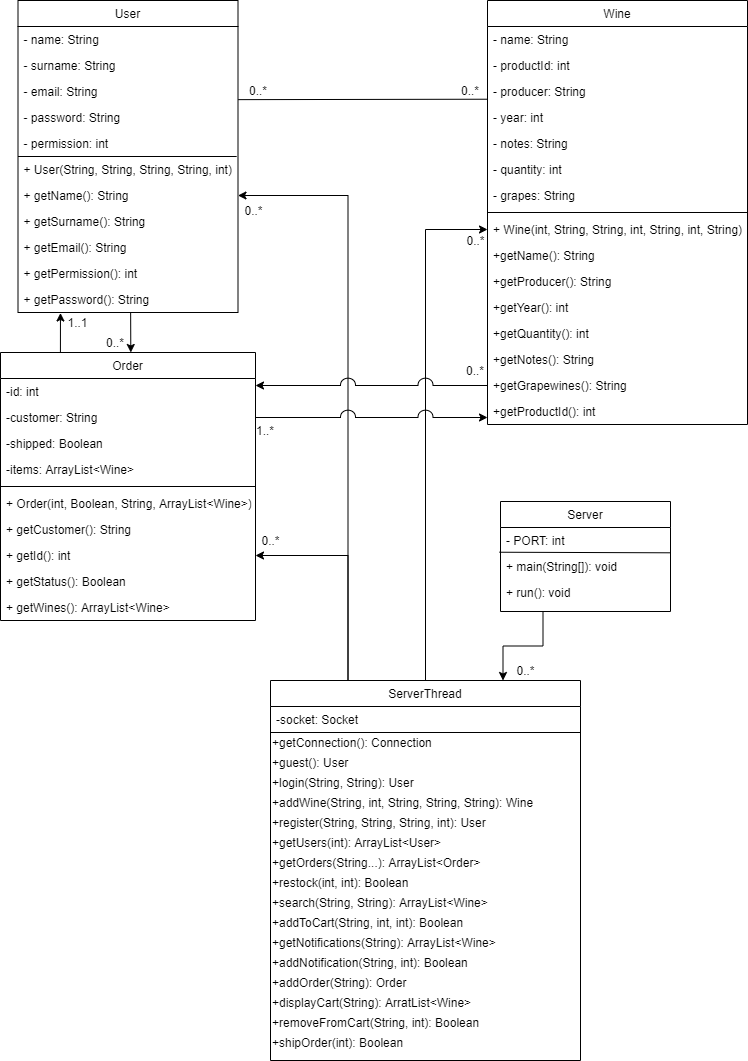
This is UML/ClassDiagram.png from Sclafus/Ecommerce-Server, a draw.io export, as it was before one commit. Source tidied: cells renumbered, new cells last; positions are measured from the earlier drawing's top-left corner, leaving out a move shared by most shapes.
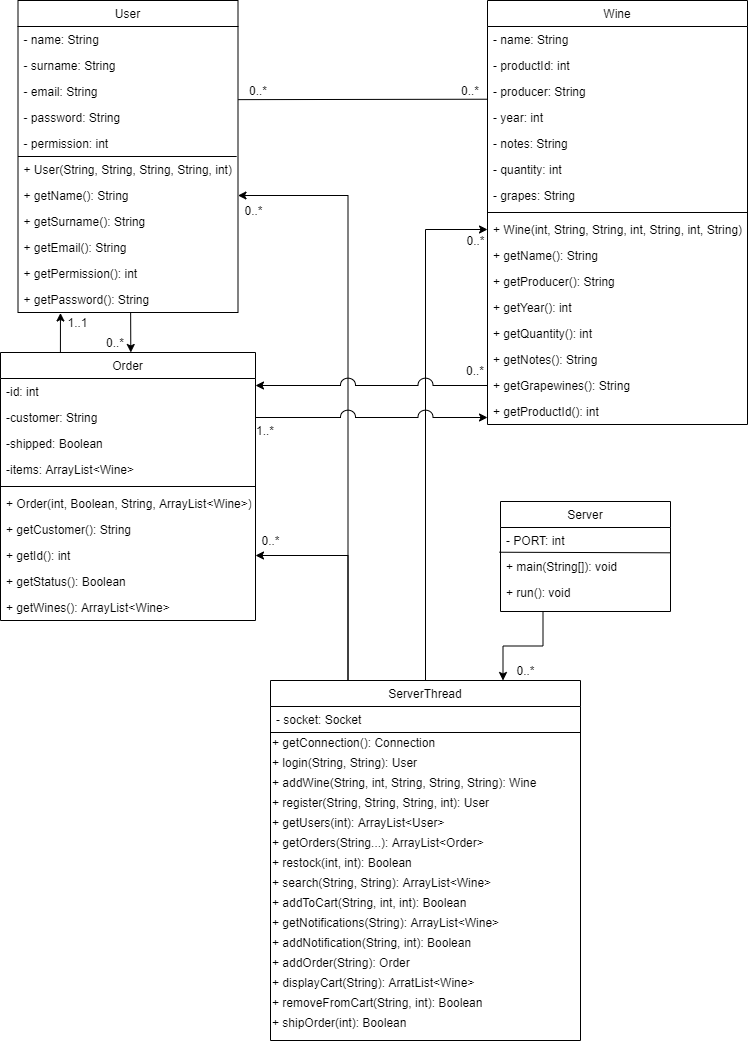
After the change.

What changed in the source:
```diff
@@ -65,25 +65,25 @@
     <mxCell id="22" value="+ Wine(int, String, String, int, String, int, String)" style="text;align=left;verticalAlign=top;spacingLeft=4;spacingRight=4;overflow=hidden;points=[[0,0.5],[1,0.5]];portConstraint=eastwest;rounded=0;shadow=0;html=0;" parent="13" vertex="1">
       <mxGeometry y="216" width="260" height="26" as="geometry" />
     </mxCell>
-    <mxCell id="23" value="+getName(): String" style="text;align=left;verticalAlign=top;spacingLeft=4;spacingRight=4;overflow=hidden;rounded=0;shadow=0;html=0;" parent="13" vertex="1">
+    <mxCell id="23" value="+ getName(): String" style="text;align=left;verticalAlign=top;spacingLeft=4;spacingRight=4;overflow=hidden;rounded=0;shadow=0;html=0;" parent="13" vertex="1">
       <mxGeometry y="242" width="260" height="26" as="geometry" />
     </mxCell>
-    <mxCell id="24" value="+getProducer(): String" style="text;align=left;verticalAlign=top;spacingLeft=4;spacingRight=4;overflow=hidden;rounded=0;shadow=0;html=0;" parent="13" vertex="1">
+    <mxCell id="24" value="+ getProducer(): String" style="text;align=left;verticalAlign=top;spacingLeft=4;spacingRight=4;overflow=hidden;rounded=0;shadow=0;html=0;" parent="13" vertex="1">
       <mxGeometry y="268" width="260" height="26" as="geometry" />
     </mxCell>
-    <mxCell id="25" value="+getYear(): int" style="text;align=left;verticalAlign=top;spacingLeft=4;spacingRight=4;overflow=hidden;rounded=0;shadow=0;html=0;" parent="13" vertex="1">
+    <mxCell id="25" value="+ getYear(): int" style="text;align=left;verticalAlign=top;spacingLeft=4;spacingRight=4;overflow=hidden;rounded=0;shadow=0;html=0;" parent="13" vertex="1">
       <mxGeometry y="294" width="260" height="26" as="geometry" />
     </mxCell>
-    <mxCell id="26" value="+getQuantity(): int" style="text;align=left;verticalAlign=top;spacingLeft=4;spacingRight=4;overflow=hidden;rounded=0;shadow=0;html=0;" parent="13" vertex="1">
+    <mxCell id="26" value="+ getQuantity(): int" style="text;align=left;verticalAlign=top;spacingLeft=4;spacingRight=4;overflow=hidden;rounded=0;shadow=0;html=0;" parent="13" vertex="1">
       <mxGeometry y="320" width="260" height="26" as="geometry" />
     </mxCell>
-    <mxCell id="27" value="+getNotes(): String" style="text;align=left;verticalAlign=top;spacingLeft=4;spacingRight=4;overflow=hidden;rounded=0;shadow=0;html=0;" parent="13" vertex="1">
+    <mxCell id="27" value="+ getNotes(): String" style="text;align=left;verticalAlign=top;spacingLeft=4;spacingRight=4;overflow=hidden;rounded=0;shadow=0;html=0;" parent="13" vertex="1">
       <mxGeometry y="346" width="260" height="26" as="geometry" />
     </mxCell>
-    <mxCell id="28" value="+getGrapewines(): String" style="text;align=left;verticalAlign=top;spacingLeft=4;spacingRight=4;overflow=hidden;points=[[0,0.5],[1,0.5]];portConstraint=eastwest;rounded=0;shadow=0;html=0;" parent="13" vertex="1">
+    <mxCell id="28" value="+ getGrapewines(): String" style="text;align=left;verticalAlign=top;spacingLeft=4;spacingRight=4;overflow=hidden;points=[[0,0.5],[1,0.5]];portConstraint=eastwest;rounded=0;shadow=0;html=0;" parent="13" vertex="1">
       <mxGeometry y="372" width="260" height="26" as="geometry" />
     </mxCell>
-    <mxCell id="29" value="+getProductId(): int" style="text;align=left;verticalAlign=top;spacingLeft=4;spacingRight=4;overflow=hidden;rounded=0;shadow=0;html=0;" parent="13" vertex="1">
+    <mxCell id="29" value="+ getProductId(): int" style="text;align=left;verticalAlign=top;spacingLeft=4;spacingRight=4;overflow=hidden;rounded=0;shadow=0;html=0;" parent="13" vertex="1">
       <mxGeometry y="398" width="260" height="26" as="geometry" />
     </mxCell>
     <mxCell id="30" value="User" style="swimlane;fontStyle=0;align=center;verticalAlign=top;horizontal=1;startSize=26;rounded=0;shadow=0;strokeWidth=1;" parent="1" vertex="1">
@@ -141,61 +141,58 @@
       <mxGeometry relative="1" as="geometry" />
     </mxCell>
     <mxCell id="46" value="ServerThread" style="swimlane;fontStyle=0;align=center;verticalAlign=top;horizontal=1;startSize=26;rounded=0;shadow=0;strokeWidth=1;" parent="1" vertex="1">
-      <mxGeometry x="270" y="680" width="310" height="380" as="geometry" />
+      <mxGeometry x="270" y="680" width="310" height="360" as="geometry" />
     </mxCell>
-    <mxCell id="47" value="-socket: Socket" style="text;align=left;verticalAlign=top;spacingLeft=4;spacingRight=4;overflow=hidden;" parent="46" vertex="1">
+    <mxCell id="47" value="- socket: Socket" style="text;align=left;verticalAlign=top;spacingLeft=4;spacingRight=4;overflow=hidden;" parent="46" vertex="1">
       <mxGeometry y="26" width="310" height="26" as="geometry" />
     </mxCell>
     <mxCell id="48" style="endArrow=none;html=1;entryX=1;entryY=0;entryDx=0;entryDy=0;exitX=0;exitY=0;exitDx=0;exitDy=0;" parent="46" edge="1" source="49" target="49">
       <mxGeometry relative="1" as="geometry" />
     </mxCell>
-    <mxCell id="49" value="+getConnection(): Connection" style="text;html=1;strokeColor=none;fillColor=none;align=left;verticalAlign=middle;whiteSpace=wrap;rounded=0;" parent="46" vertex="1">
+    <mxCell id="49" value="+ getConnection(): Connection" style="text;html=1;strokeColor=none;fillColor=none;align=left;verticalAlign=middle;whiteSpace=wrap;rounded=0;" parent="46" vertex="1">
       <mxGeometry y="52" width="310" height="20" as="geometry" />
     </mxCell>
-    <mxCell id="50" value="+guest(): User" style="text;html=1;strokeColor=none;fillColor=none;align=left;verticalAlign=middle;whiteSpace=wrap;rounded=0;" parent="46" vertex="1">
-      <mxGeometry y="72" width="310" height="20" as="geometry" />
-    </mxCell>
-    <mxCell id="51" value="+login(String, String): User" style="text;html=1;strokeColor=none;fillColor=none;align=left;verticalAlign=middle;whiteSpace=wrap;rounded=0;" parent="46" vertex="1">
-      <mxGeometry y="92" width="310" height="20" as="geometry" />
+    <mxCell id="51" value="+ login(String, String): User" style="text;html=1;strokeColor=none;fillColor=none;align=left;verticalAlign=middle;whiteSpace=wrap;rounded=0;" parent="46" vertex="1">
+      <mxGeometry y="72" width="310" height="20" as="geometry" />
     </mxCell>
-    <mxCell id="52" value="+addWine(String, int, String, String, String): Wine" style="text;html=1;strokeColor=none;fillColor=none;align=left;verticalAlign=middle;whiteSpace=wrap;rounded=0;" parent="46" vertex="1">
-      <mxGeometry y="112" width="310" height="20" as="geometry" />
+    <mxCell id="52" value="+ addWine(String, int, String, String, String): Wine" style="text;html=1;strokeColor=none;fillColor=none;align=left;verticalAlign=middle;whiteSpace=wrap;rounded=0;" parent="46" vertex="1">
+      <mxGeometry y="92" width="310" height="20" as="geometry" />
     </mxCell>
-    <mxCell id="53" value="+register(String, String, String, int): User&amp;nbsp;" style="text;html=1;strokeColor=none;fillColor=none;align=left;verticalAlign=middle;whiteSpace=wrap;rounded=0;" parent="46" vertex="1">
-      <mxGeometry y="132" width="310" height="20" as="geometry" />
+    <mxCell id="53" value="+ register(String, String, String, int): User&amp;nbsp;" style="text;html=1;strokeColor=none;fillColor=none;align=left;verticalAlign=middle;whiteSpace=wrap;rounded=0;" parent="46" vertex="1">
+      <mxGeometry y="112" width="310" height="20" as="geometry" />
     </mxCell>
-    <mxCell id="54" value="+getUsers(int): ArrayList&amp;lt;User&amp;gt;" style="text;html=1;strokeColor=none;fillColor=none;align=left;verticalAlign=middle;whiteSpace=wrap;rounded=0;" parent="46" vertex="1">
-      <mxGeometry y="152" width="310" height="20" as="geometry" />
+    <mxCell id="54" value="+ getUsers(int): ArrayList&amp;lt;User&amp;gt;" style="text;html=1;strokeColor=none;fillColor=none;align=left;verticalAlign=middle;whiteSpace=wrap;rounded=0;" parent="46" vertex="1">
+      <mxGeometry y="132" width="310" height="20" as="geometry" />
     </mxCell>
-    <mxCell id="55" value="+getOrders(String...): ArrayList&amp;lt;Order&amp;gt;" style="text;html=1;strokeColor=none;fillColor=none;align=left;verticalAlign=middle;whiteSpace=wrap;rounded=0;" parent="46" vertex="1">
-      <mxGeometry y="172" width="310" height="20" as="geometry" />
+    <mxCell id="55" value="+ getOrders(String...): ArrayList&amp;lt;Order&amp;gt;" style="text;html=1;strokeColor=none;fillColor=none;align=left;verticalAlign=middle;whiteSpace=wrap;rounded=0;" parent="46" vertex="1">
+      <mxGeometry y="152" width="310" height="20" as="geometry" />
     </mxCell>
-    <mxCell id="56" value="+restock(int, int): Boolean" style="text;html=1;strokeColor=none;fillColor=none;align=left;verticalAlign=middle;whiteSpace=wrap;rounded=0;" parent="46" vertex="1">
-      <mxGeometry y="192" width="310" height="20" as="geometry" />
+    <mxCell id="56" value="+ restock(int, int): Boolean" style="text;html=1;strokeColor=none;fillColor=none;align=left;verticalAlign=middle;whiteSpace=wrap;rounded=0;" parent="46" vertex="1">
+      <mxGeometry y="172" width="310" height="20" as="geometry" />
     </mxCell>
-    <mxCell id="57" value="+search(String, String): ArrayList&amp;lt;Wine&amp;gt;" style="text;html=1;strokeColor=none;fillColor=none;align=left;verticalAlign=middle;whiteSpace=wrap;rounded=0;" parent="46" vertex="1">
-      <mxGeometry y="212" width="310" height="20" as="geometry" />
+    <mxCell id="57" value="+ search(String, String): ArrayList&amp;lt;Wine&amp;gt;" style="text;html=1;strokeColor=none;fillColor=none;align=left;verticalAlign=middle;whiteSpace=wrap;rounded=0;" parent="46" vertex="1">
+      <mxGeometry y="192" width="310" height="20" as="geometry" />
     </mxCell>
-    <mxCell id="58" value="+addToCart(String, int, int): Boolean" style="text;html=1;strokeColor=none;fillColor=none;align=left;verticalAlign=middle;whiteSpace=wrap;rounded=0;" parent="46" vertex="1">
-      <mxGeometry y="232" width="310" height="20" as="geometry" />
+    <mxCell id="58" value="+ addToCart(String, int, int): Boolean" style="text;html=1;strokeColor=none;fillColor=none;align=left;verticalAlign=middle;whiteSpace=wrap;rounded=0;" parent="46" vertex="1">
+      <mxGeometry y="212" width="310" height="20" as="geometry" />
     </mxCell>
-    <mxCell id="59" value="+getNotifications(String): ArrayList&amp;lt;Wine&amp;gt;" style="text;html=1;strokeColor=none;fillColor=none;align=left;verticalAlign=middle;whiteSpace=wrap;rounded=0;" parent="46" vertex="1">
-      <mxGeometry y="252" width="310" height="20" as="geometry" />
+    <mxCell id="59" value="+ getNotifications(String): ArrayList&amp;lt;Wine&amp;gt;" style="text;html=1;strokeColor=none;fillColor=none;align=left;verticalAlign=middle;whiteSpace=wrap;rounded=0;" parent="46" vertex="1">
+      <mxGeometry y="232" width="310" height="20" as="geometry" />
     </mxCell>
-    <mxCell id="60" value="+addNotification(String, int): Boolean" style="text;html=1;strokeColor=none;fillColor=none;align=left;verticalAlign=middle;whiteSpace=wrap;rounded=0;" parent="46" vertex="1">
-      <mxGeometry y="272" width="310" height="20" as="geometry" />
+    <mxCell id="60" value="+ addNotification(String, int): Boolean" style="text;html=1;strokeColor=none;fillColor=none;align=left;verticalAlign=middle;whiteSpace=wrap;rounded=0;" parent="46" vertex="1">
+      <mxGeometry y="252" width="310" height="20" as="geometry" />
     </mxCell>
-    <mxCell id="61" value="+addOrder(String): Order" style="text;html=1;strokeColor=none;fillColor=none;align=left;verticalAlign=middle;whiteSpace=wrap;rounded=0;" parent="46" vertex="1">
-      <mxGeometry y="292" width="310" height="20" as="geometry" />
+    <mxCell id="61" value="+ addOrder(String): Order" style="text;html=1;strokeColor=none;fillColor=none;align=left;verticalAlign=middle;whiteSpace=wrap;rounded=0;" parent="46" vertex="1">
+      <mxGeometry y="272" width="310" height="20" as="geometry" />
     </mxCell>
-    <mxCell id="62" value="+displayCart(String): ArratList&amp;lt;Wine&amp;gt;" style="text;html=1;strokeColor=none;fillColor=none;align=left;verticalAlign=middle;whiteSpace=wrap;rounded=0;" parent="46" vertex="1">
-      <mxGeometry y="312" width="310" height="20" as="geometry" />
+    <mxCell id="62" value="+ displayCart(String): ArratList&amp;lt;Wine&amp;gt;" style="text;html=1;strokeColor=none;fillColor=none;align=left;verticalAlign=middle;whiteSpace=wrap;rounded=0;" parent="46" vertex="1">
+      <mxGeometry y="292" width="310" height="20" as="geometry" />
     </mxCell>
-    <mxCell id="63" value="+removeFromCart(String, int): Boolean" style="text;html=1;strokeColor=none;fillColor=none;align=left;verticalAlign=middle;whiteSpace=wrap;rounded=0;" parent="46" vertex="1">
-      <mxGeometry y="332" width="310" height="20" as="geometry" />
+    <mxCell id="63" value="+ removeFromCart(String, int): Boolean" style="text;html=1;strokeColor=none;fillColor=none;align=left;verticalAlign=middle;whiteSpace=wrap;rounded=0;" parent="46" vertex="1">
+      <mxGeometry y="312" width="310" height="20" as="geometry" />
     </mxCell>
-    <mxCell id="64" value="+shipOrder(int): Boolean" style="text;html=1;strokeColor=none;fillColor=none;align=left;verticalAlign=middle;whiteSpace=wrap;rounded=0;" parent="46" vertex="1">
-      <mxGeometry y="352" width="310" height="20" as="geometry" />
+    <mxCell id="64" value="+ shipOrder(int): Boolean" style="text;html=1;strokeColor=none;fillColor=none;align=left;verticalAlign=middle;whiteSpace=wrap;rounded=0;" parent="46" vertex="1">
+      <mxGeometry y="332" width="310" height="20" as="geometry" />
     </mxCell>
     <mxCell id="65" style="edgeStyle=orthogonalEdgeStyle;rounded=0;jettySize=auto;html=1;exitX=0.25;exitY=1;exitDx=0;exitDy=0;entryX=0.75;entryY=0;entryDx=0;entryDy=0;endArrow=classic;endFill=1;startArrow=none;startFill=0;" parent="1" edge="1" source="66" target="46">
       <mxGeometry relative="1" as="geometry" />
```
